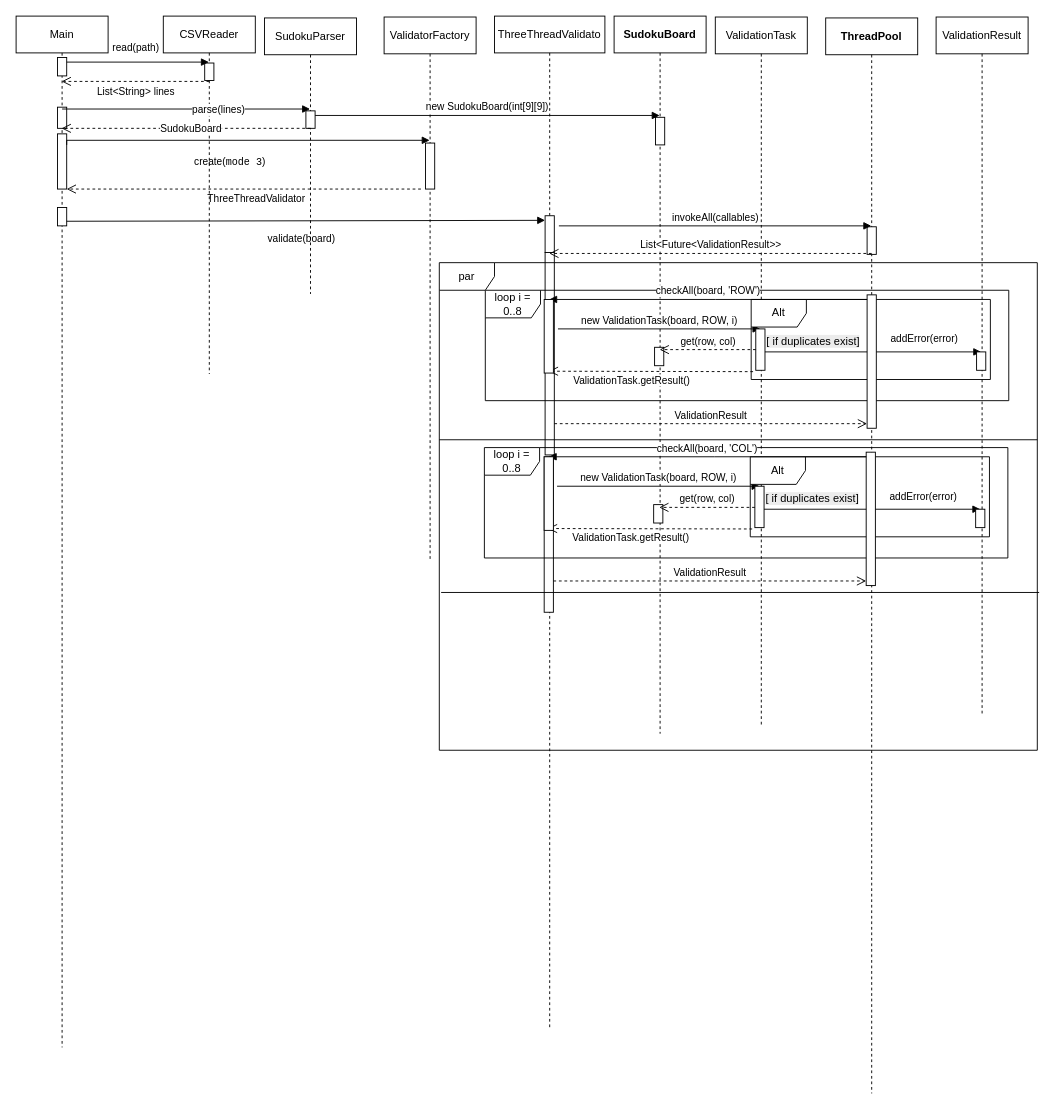
Smook-e/Prog_lab9 keeps this draw.io diagram as diagrams/mode3 sequence diagram.drawio. Above is the earlier version. Source tidied: cells renumbered, new cells numbered last; positions are measured from the earlier drawing's top-left corner, leaving out a move shared by most shapes. Both pictures are drawn from the tidied source at 92%, with x=0, y=0 at pixel (16, 16).
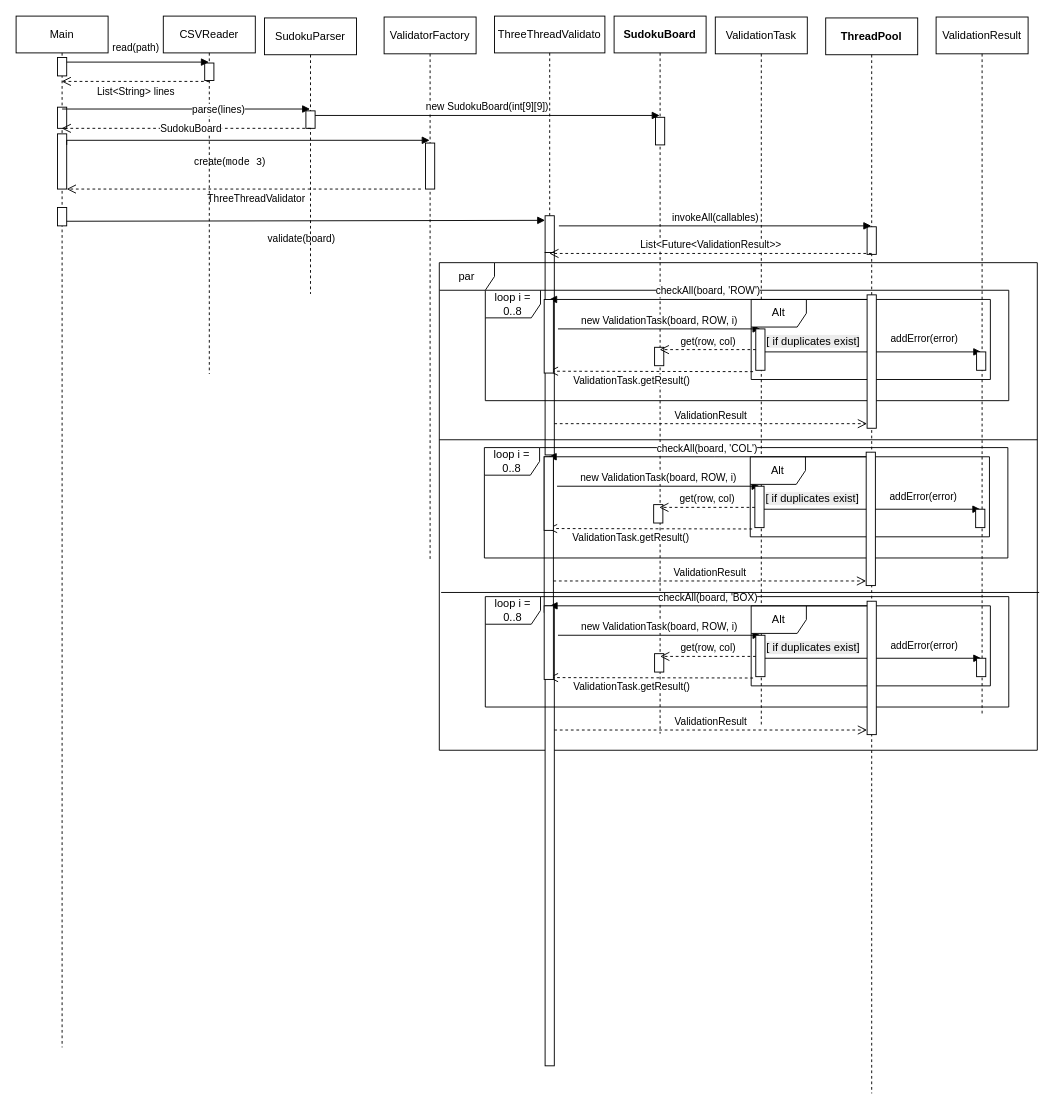
Above is the later version.

Commit message:
third section in par frame

Change to the diagram source:
```diff
@@
+    <mxCell id="64" style="html=1;points=[[0,0,0,0,5],[0,1,0,0,-5],[1,0,0,0,5],[1,1,0,0,-5]];perimeter=orthogonalPerimeter;outlineConnect=0;targetShapes=umlLifeline;portConstraint=eastwest;newEdgeStyle={&quot;curved&quot;:0,&quot;rounded&quot;:0};" parent="1" vertex="1">
+      <mxGeometry x="575" y="641" width="10" height="500" as="geometry" />
+    </mxCell>
+    <mxCell id="65" value="loop i = 0..8" style="shape=umlFrame;whiteSpace=wrap;html=1;" parent="1" vertex="1">
+      <mxGeometry x="510" y="631" width="569" height="120" as="geometry" />
+    </mxCell>
+    <mxCell id="66" value="new ValidationTask(board, ROW, i)" style="html=1;verticalAlign=bottom;endArrow=block;curved=0;rounded=0;" parent="1" edge="1">
+      <mxGeometry relative="1" as="geometry">
+        <mxPoint x="589" y="673" as="sourcePoint" />
+        <mxPoint x="809" y="673" as="targetPoint" />
+      </mxGeometry>
+    </mxCell>
+    <mxCell id="67" style="html=1;points=[[0,0,0,0,5],[0,1,0,0,-5],[1,0,0,0,5],[1,1,0,0,-5]];perimeter=orthogonalPerimeter;outlineConnect=0;targetShapes=umlLifeline;portConstraint=eastwest;newEdgeStyle={&quot;curved&quot;:0,&quot;rounded&quot;:0};" parent="1" vertex="1">
+      <mxGeometry x="804" y="673" width="10" height="45" as="geometry" />
+    </mxCell>
+    <mxCell id="68" style="html=1;perimeter=orthogonalPerimeter;targetShapes=umlLifeline;newEdgeStyle={&quot;curved&quot;:0,&quot;rounded&quot;:0};" parent="1" vertex="1">
+      <mxGeometry x="694" y="693" width="10" height="20" as="geometry" />
+    </mxCell>
+    <mxCell id="69" value="addError(error)" style="html=1;verticalAlign=bottom;endArrow=block;curved=0;rounded=0;exitX=0;exitY=0.5;exitDx=0;exitDy=0;" parent="1" edge="1" source="72">
+      <mxGeometry x="0.47" y="5" relative="1" as="geometry">
+        <mxPoint x="1049" y="698" as="targetPoint" />
+      </mxGeometry>
+    </mxCell>
+    <mxCell id="70" style="html=1;perimeter=orthogonalPerimeter;targetShapes=umlLifeline;newEdgeStyle={&quot;curved&quot;:0,&quot;rounded&quot;:0};" parent="1" vertex="1">
+      <mxGeometry x="1044" y="698" width="10" height="20" as="geometry" />
+    </mxCell>
+    <mxCell id="71" value="Alt" style="shape=umlFrame;whiteSpace=wrap;html=1;" parent="1" vertex="1">
+      <mxGeometry x="799" y="641" width="260" height="87" as="geometry" />
+    </mxCell>
+    <mxCell id="72" value="&lt;span style=&quot;color: rgb(0, 0, 0); font-family: Helvetica; font-size: 12px; font-style: normal; font-variant-ligatures: normal; font-variant-caps: normal; font-weight: 400; letter-spacing: normal; orphans: 2; text-align: left; text-indent: 0px; text-transform: none; widows: 2; word-spacing: 0px; -webkit-text-stroke-width: 0px; white-space: nowrap; background-color: rgb(236, 236, 236); text-decoration-thickness: initial; text-decoration-style: initial; text-decoration-color: initial; float: none; display: inline !important;&quot;&gt;[ if duplicates exist&lt;/span&gt;&lt;span style=&quot;background-color: light-dark(rgb(236, 236, 236), rgb(34, 34, 34)); color: light-dark(rgb(0, 0, 0), rgb(237, 237, 237)); text-wrap-mode: nowrap;&quot;&gt;]&lt;/span&gt;" style="text;whiteSpace=wrap;html=1;" parent="1" vertex="1">
+      <mxGeometry x="814" y="673" width="55" height="50" as="geometry" />
+    </mxCell>
+    <mxCell id="73" value="ValidationTask.getResult()" style="html=1;verticalAlign=bottom;endArrow=open;dashed=1;endSize=8;curved=0;rounded=0;exitX=0.008;exitY=0.902;exitDx=0;exitDy=0;exitPerimeter=0;" parent="1" edge="1" source="71">
+      <mxGeometry x="0.19" y="19" relative="1" as="geometry">
+        <mxPoint x="579" y="719" as="targetPoint" />
+      </mxGeometry>
+    </mxCell>
+    <mxCell id="74" style="html=1;points=[[0,0,0,0,5],[0,1,0,0,-5],[1,0,0,0,5],[1,1,0,0,-5]];perimeter=orthogonalPerimeter;outlineConnect=0;targetShapes=umlLifeline;portConstraint=eastwest;newEdgeStyle={&quot;curved&quot;:0,&quot;rounded&quot;:0};" parent="1" vertex="1">
+      <mxGeometry x="925" y="636" width="10" height="145" as="geometry" />
+    </mxCell>
+    <mxCell id="75" value="checkAll(board, 'BOX)" style="html=1;verticalAlign=bottom;endArrow=block;curved=0;rounded=0;exitX=0;exitY=0;exitDx=0;exitDy=5;exitPerimeter=0;" parent="1" edge="1" source="74">
+      <mxGeometry relative="1" as="geometry">
+        <mxPoint x="580" y="641" as="targetPoint" />
+        <Array as="points">
+          <mxPoint x="760" y="641" />
+        </Array>
+      </mxGeometry>
+    </mxCell>
+    <mxCell id="76" value="get(row, col)" style="html=1;verticalAlign=bottom;endArrow=open;dashed=1;endSize=8;curved=0;rounded=0;" parent="1" edge="1" source="67">
+      <mxGeometry relative="1" as="geometry">
+        <mxPoint x="700" y="696" as="targetPoint" />
+      </mxGeometry>
+    </mxCell>
+    <mxCell id="77" value="ValidationResult" style="html=1;verticalAlign=bottom;endArrow=open;dashed=1;endSize=8;curved=0;rounded=0;entryX=0;entryY=1;entryDx=0;entryDy=-5;entryPerimeter=0;" parent="1" edge="1" source="64" target="74">
+      <mxGeometry relative="1" as="geometry" />
+    </mxCell>
@@
+    <mxCell id="78" style="html=1;perimeter=orthogonalPerimeter;targetShapes=umlLifeline;newEdgeStyle={&quot;curved&quot;:0,&quot;rounded&quot;:0};" parent="1" vertex="1">
+      <mxGeometry x="574" y="641" width="10" height="80" as="geometry" />
+    </mxCell>
```
